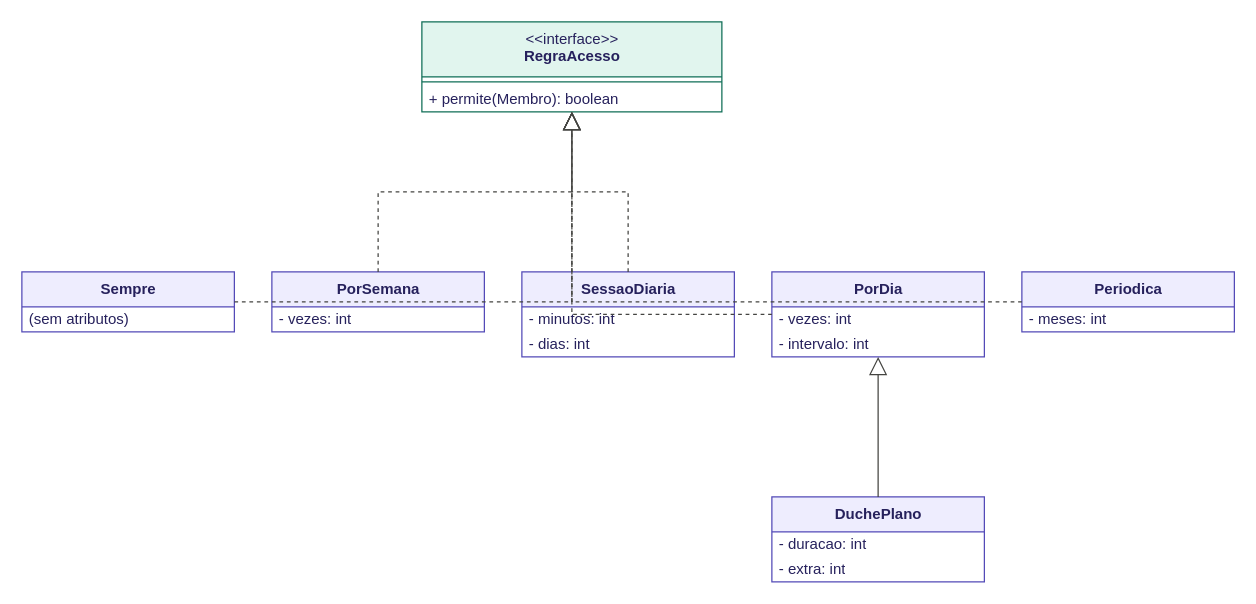
Above: page "2 - Regras de acesso" (2 of 3) of Untitled Diagram.drawio in joelmalacas/ESTGym (draw.io), before the change. Source tidied: cells renumbered, new cells numbered last; positions are measured from the earlier drawing's top-left corner, leaving out a move shared by most shapes. Both pictures are drawn from the tidied source at 125%, with x=0, y=0 at pixel (21, 21).
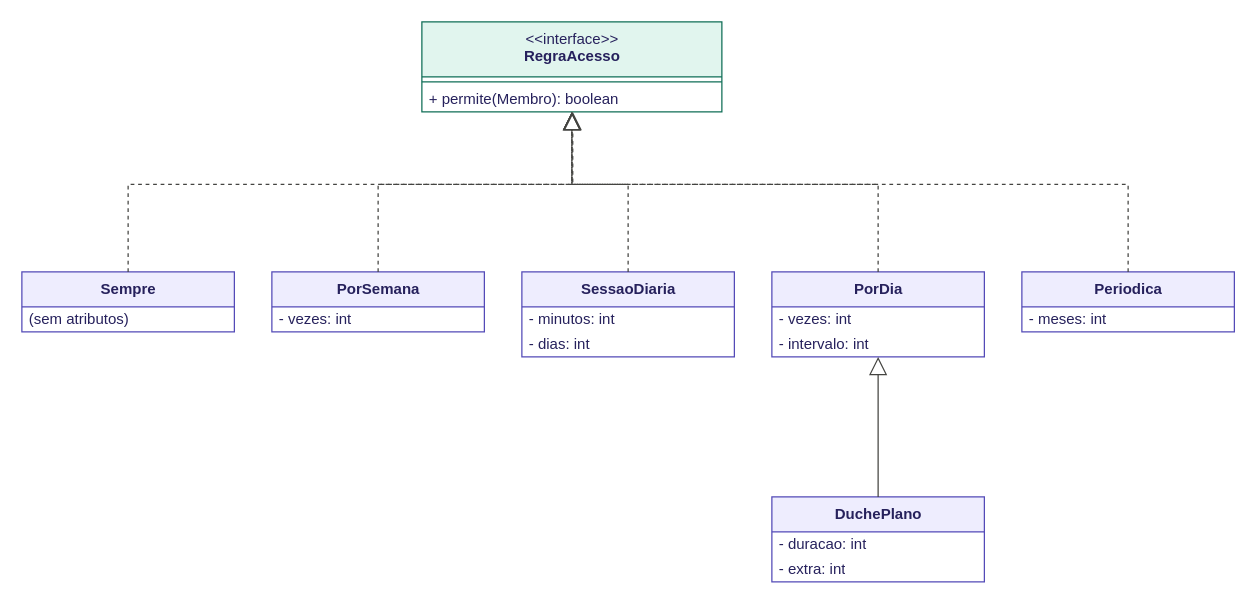
After the change.

Unchanged cells that the change refers to:
```xml
<mxCell id="2" value="&amp;lt;&amp;lt;interface&amp;gt;&amp;gt;&lt;br&gt;&lt;b&gt;RegraAcesso&lt;/b&gt;" style="swimlane;fontStyle=0;align=center;verticalAlign=top;horizontal=1;startSize=44;html=1;rounded=0;fillColor=#E1F5EE;strokeColor=#0F6E56;fontColor=#26215C;" parent="1" vertex="1">
  <mxGeometry x="320" width="240" height="72" as="geometry" />
</mxCell>
<mxCell id="4" value="+ permite(Membro): boolean" style="text;strokeColor=none;fillColor=none;align=left;verticalAlign=middle;spacingLeft=4;spacingRight=4;overflow=hidden;points=[[0,0.5],[1,0.5]];portConstraint=eastwest;whiteSpace=wrap;html=1;fontColor=#26215C;" parent="2" vertex="1">
  <mxGeometry y="52" width="240" height="20" as="geometry" />
</mxCell>
<mxCell id="5" value="Sempre" style="swimlane;fontStyle=1;align=center;verticalAlign=top;horizontal=1;startSize=28;html=1;rounded=0;fillColor=#EEEDFE;strokeColor=#534AB7;fontColor=#26215C;" parent="1" vertex="1">
  <mxGeometry y="200" width="170" height="48" as="geometry" />
</mxCell>
<mxCell id="7" value="PorSemana" style="swimlane;fontStyle=1;align=center;verticalAlign=top;horizontal=1;startSize=28;html=1;rounded=0;fillColor=#EEEDFE;strokeColor=#534AB7;fontColor=#26215C;" parent="1" vertex="1">
  <mxGeometry x="200" y="200" width="170" height="48" as="geometry" />
</mxCell>
<mxCell id="9" value="SessaoDiaria" style="swimlane;fontStyle=1;align=center;verticalAlign=top;horizontal=1;startSize=28;html=1;rounded=0;fillColor=#EEEDFE;strokeColor=#534AB7;fontColor=#26215C;" parent="1" vertex="1">
  <mxGeometry x="400" y="200" width="170" height="68" as="geometry" />
</mxCell>
<mxCell id="12" value="PorDia" style="swimlane;fontStyle=1;align=center;verticalAlign=top;horizontal=1;startSize=28;html=1;rounded=0;fillColor=#EEEDFE;strokeColor=#534AB7;fontColor=#26215C;" parent="1" vertex="1">
  <mxGeometry x="600" y="200" width="170" height="68" as="geometry" />
</mxCell>
<mxCell id="15" value="Periodica" style="swimlane;fontStyle=1;align=center;verticalAlign=top;horizontal=1;startSize=28;html=1;rounded=0;fillColor=#EEEDFE;strokeColor=#534AB7;fontColor=#26215C;" parent="1" vertex="1">
  <mxGeometry x="800" y="200" width="170" height="48" as="geometry" />
</mxCell>
```

Diff of the diagram source:
```diff
@@
     <mxCell id="20" style="html=1;rounded=0;edgeStyle=orthogonalEdgeStyle;dashed=1;endArrow=block;endFill=0;endSize=12;startArrow=none;strokeColor=#444441;labelBackgroundColor=default;" parent="1" edge="1" source="5" target="2">
-      <mxGeometry relative="1" as="geometry" />
+      <mxGeometry relative="1" as="geometry">
+        <Array as="points">
+          <mxPoint x="85" y="130" />
+          <mxPoint x="440" y="130" />
+        </Array>
+      </mxGeometry>
     </mxCell>
     <mxCell id="21" style="html=1;rounded=0;edgeStyle=orthogonalEdgeStyle;dashed=1;endArrow=block;endFill=0;endSize=12;startArrow=none;strokeColor=#444441;labelBackgroundColor=default;" parent="1" edge="1" source="7" target="2">
-      <mxGeometry relative="1" as="geometry" />
+      <mxGeometry relative="1" as="geometry">
+        <Array as="points">
+          <mxPoint x="285" y="130" />
+          <mxPoint x="440" y="130" />
+        </Array>
+      </mxGeometry>
     </mxCell>
     <mxCell id="22" style="html=1;rounded=0;edgeStyle=orthogonalEdgeStyle;dashed=1;endArrow=block;endFill=0;endSize=12;startArrow=none;strokeColor=#444441;labelBackgroundColor=default;" parent="1" edge="1" source="9" target="2">
-      <mxGeometry relative="1" as="geometry" />
+      <mxGeometry relative="1" as="geometry">
+        <Array as="points">
+          <mxPoint x="485" y="130" />
+          <mxPoint x="440" y="130" />
+        </Array>
+      </mxGeometry>
     </mxCell>
-    <mxCell id="23" style="html=1;rounded=0;edgeStyle=orthogonalEdgeStyle;dashed=1;endArrow=block;endFill=0;endSize=12;startArrow=none;strokeColor=#444441;labelBackgroundColor=default;" parent="1" edge="1" source="12" target="2">
-      <mxGeometry relative="1" as="geometry" />
+    <mxCell id="23" style="html=1;rounded=0;edgeStyle=orthogonalEdgeStyle;dashed=1;endArrow=block;endFill=0;endSize=12;startArrow=none;strokeColor=#444441;labelBackgroundColor=default;entryX=0.5;entryY=1;entryDx=0;entryDy=0;" parent="1" edge="1" source="12" target="2">
+      <mxGeometry x="-0.24" relative="1" as="geometry">
+        <Array as="points">
+          <mxPoint x="685" y="130" />
+          <mxPoint x="440" y="130" />
+        </Array>
+      </mxGeometry>
     </mxCell>
-    <mxCell id="24" style="html=1;rounded=0;edgeStyle=orthogonalEdgeStyle;dashed=1;endArrow=block;endFill=0;endSize=12;startArrow=none;strokeColor=#444441;labelBackgroundColor=default;" parent="1" edge="1" source="15" target="2">
-      <mxGeometry relative="1" as="geometry" />
+    <mxCell id="24" style="html=1;rounded=0;edgeStyle=orthogonalEdgeStyle;dashed=1;endArrow=block;endFill=0;endSize=12;startArrow=none;strokeColor=#444441;labelBackgroundColor=default;entryX=0.503;entryY=1;entryDx=0;entryDy=0;entryPerimeter=0;" parent="1" edge="1" source="15" target="4">
+      <mxGeometry x="-0.2" relative="1" as="geometry">
+        <Array as="points">
+          <mxPoint x="885" y="130" />
+          <mxPoint x="440.7" y="130" />
+        </Array>
+      </mxGeometry>
     </mxCell>
```
